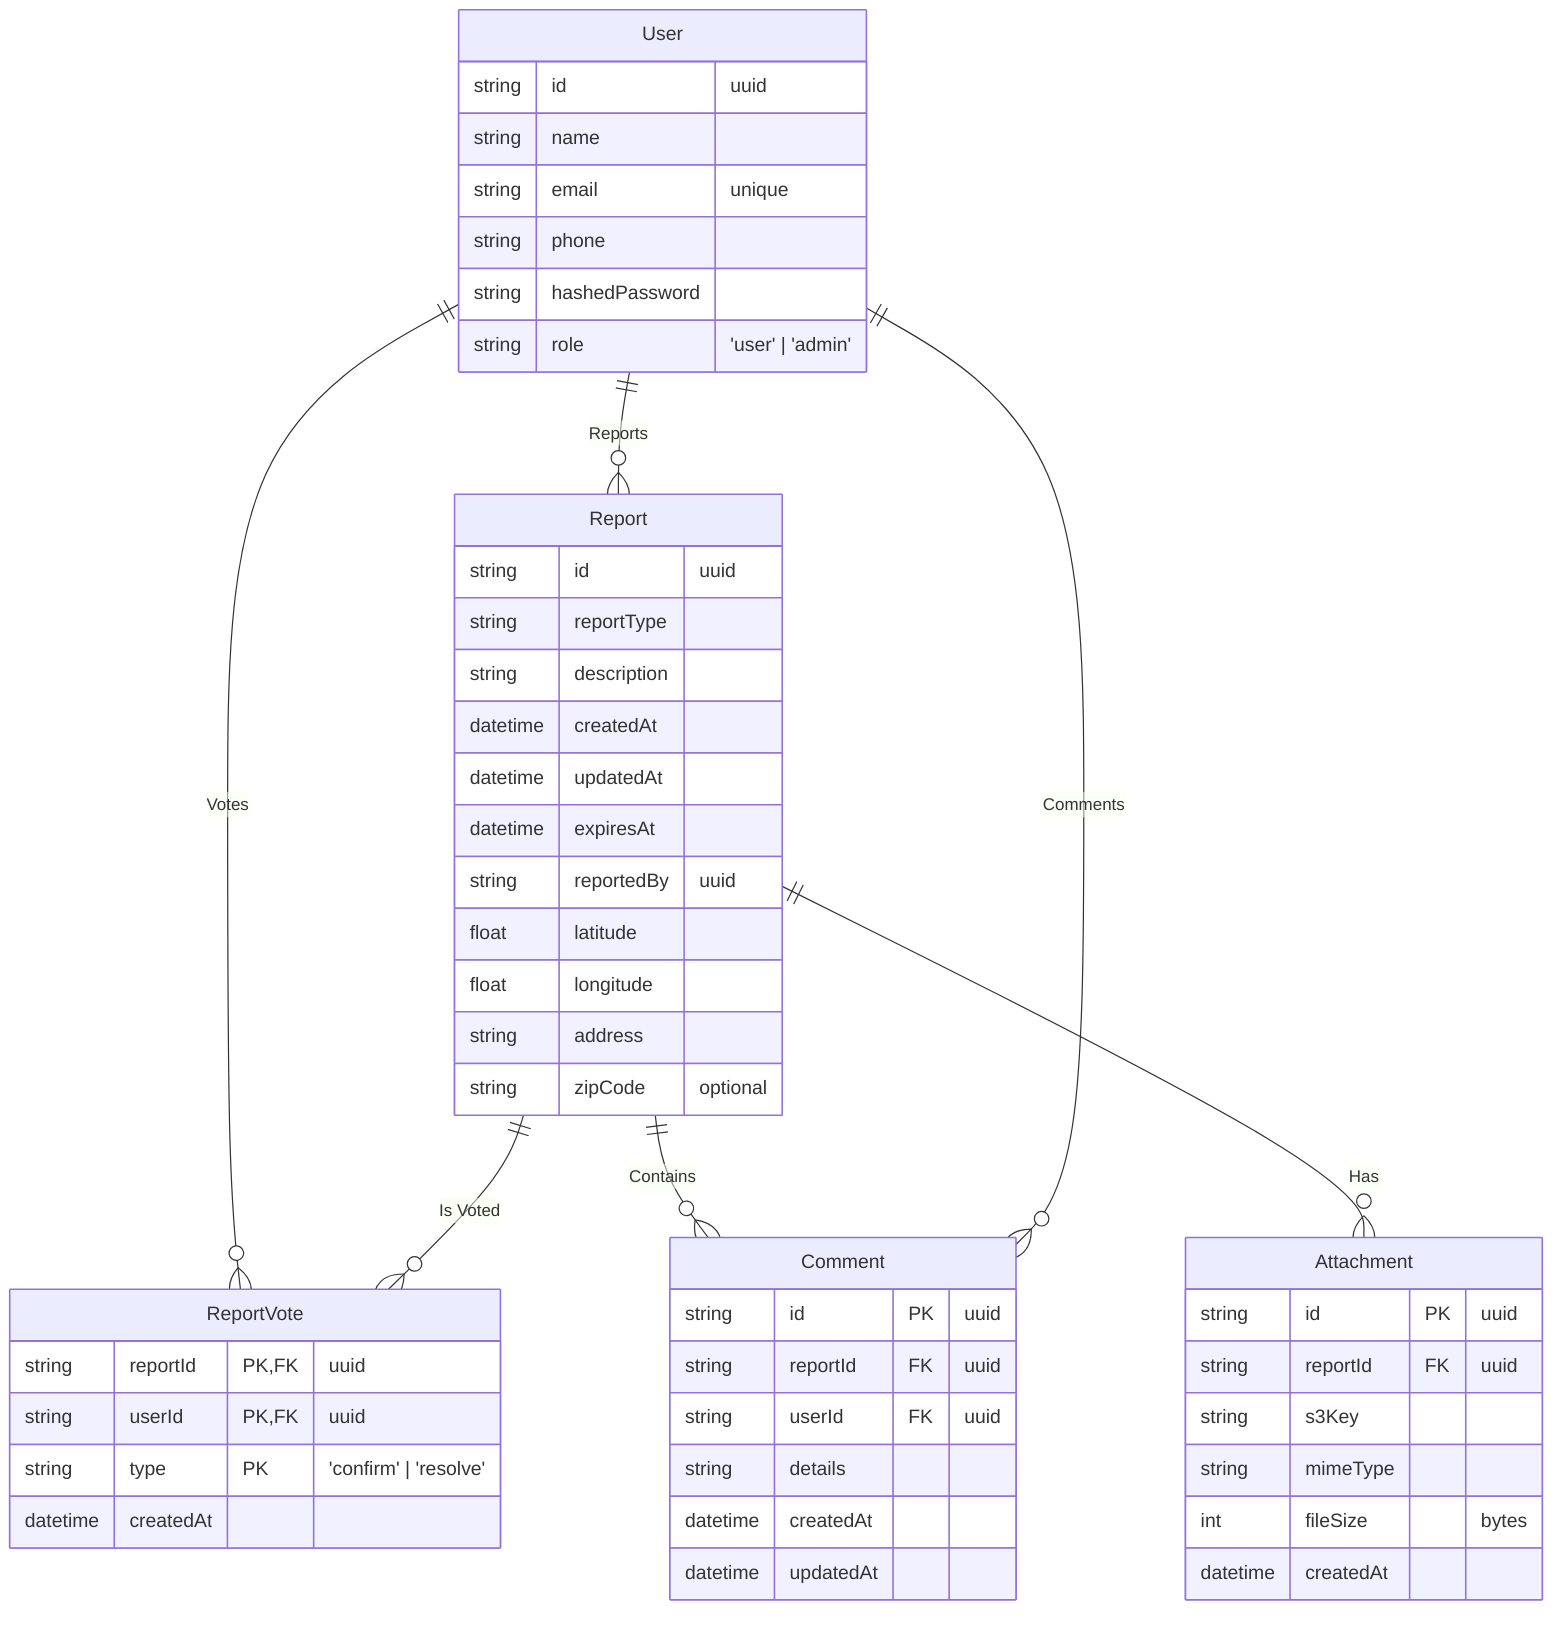
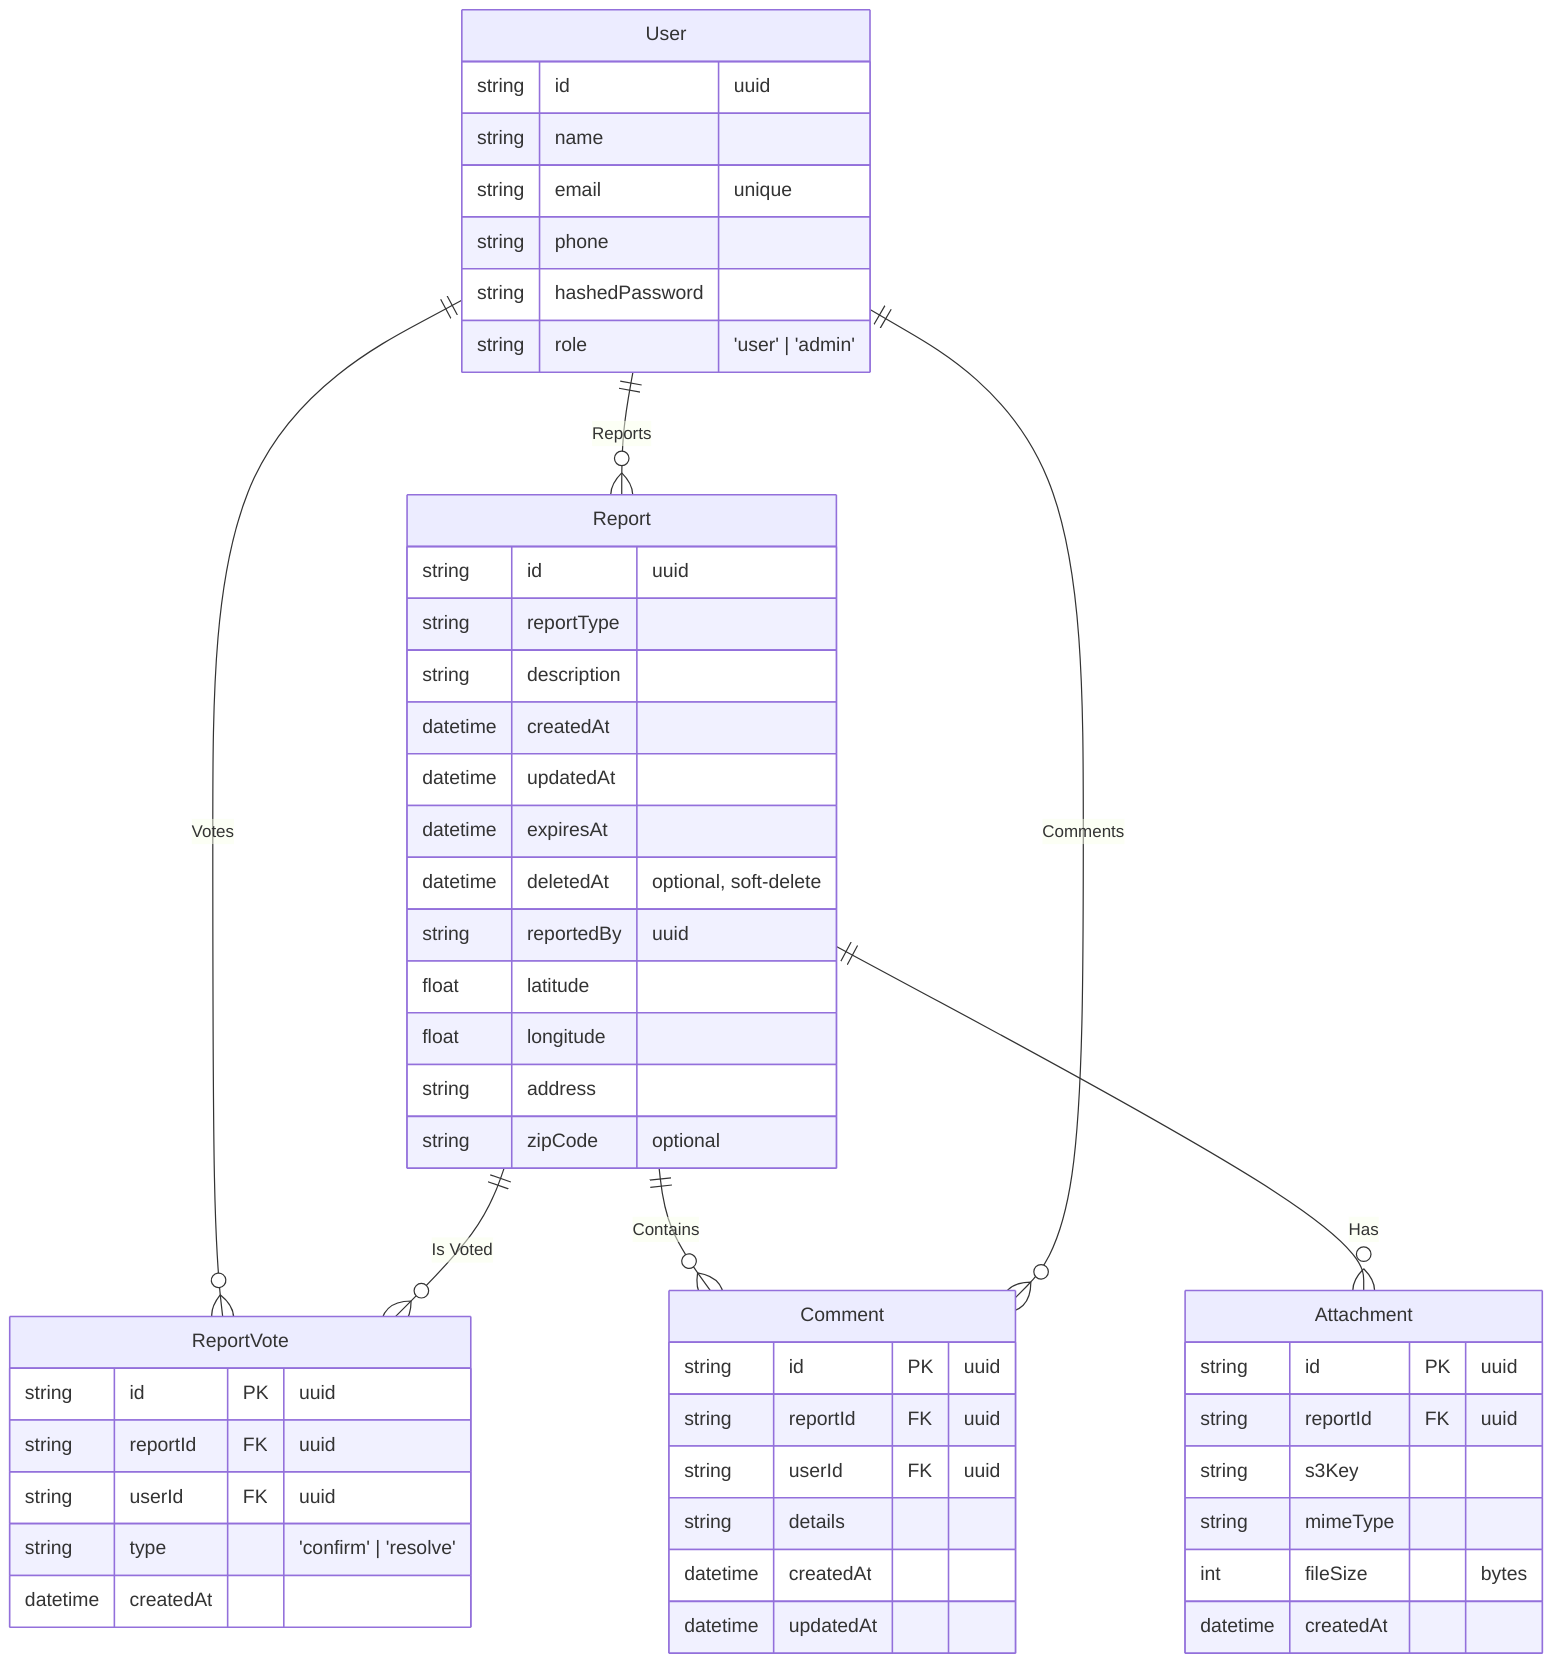
erDiagram
  User {
    string id "uuid"
    string name
    string email "unique"
    string phone
    string hashedPassword
    string role "'user' | 'admin'"
  }

  Report {
    string id "uuid"
    string reportType ""
    string description
    datetime createdAt
    datetime updatedAt
    datetime expiresAt
+     datetime deletedAt "optional, soft-delete"
    string reportedBy "uuid"
    float latitude
    float longitude
    string address
    string zipCode "optional"
  }

  ReportVote {
-     string reportId PK, FK "uuid"
-     string userId PK, FK "uuid"
-     string type PK "'confirm' | 'resolve'"
+     string id PK "uuid"
+     string reportId FK "uuid"
+     string userId FK "uuid"
+     string type "'confirm' | 'resolve'"
    datetime createdAt
  }

  Comment {
    string id PK "uuid"
    string reportId FK "uuid"
    string userId FK "uuid"
    string details
    datetime createdAt
    datetime updatedAt
  }

  Attachment {
    string id PK "uuid"
    string reportId FK "uuid"
    string s3Key
    string mimeType
    int fileSize "bytes"
    datetime createdAt
  }

  User ||--o{ Report : "Reports"
  User ||--o{ ReportVote : "Votes"
  Report ||--o{ ReportVote : "Is Voted"
  Report ||--o{ Comment : "Contains"
  User ||--o{ Comment : "Comments"
  Report ||--o{ Attachment : "Has"

